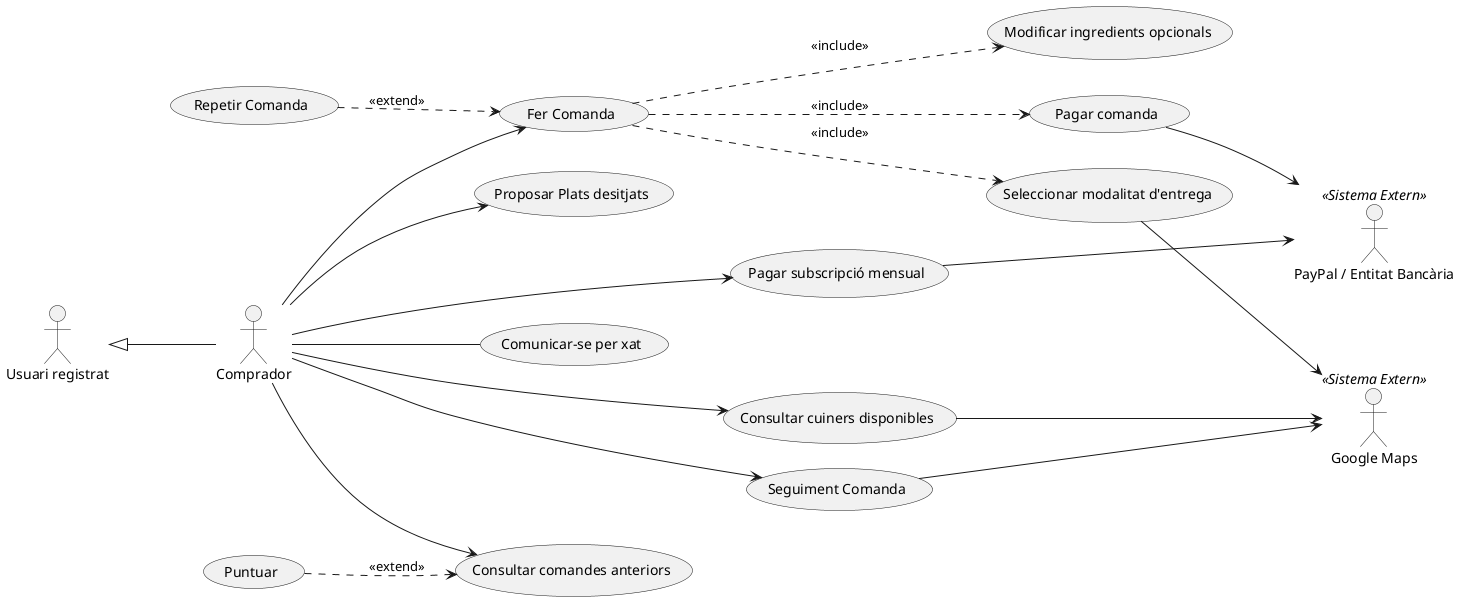
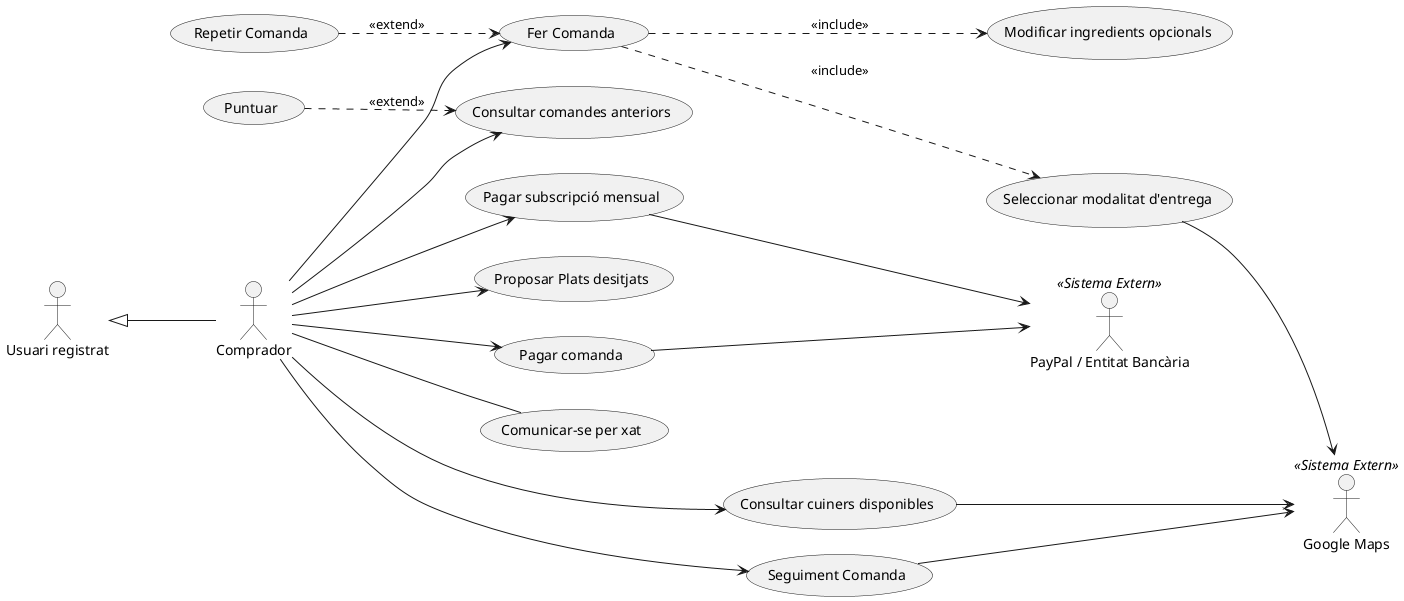
@startuml
left to right direction
skinparam actorStyle stickman

actor "Usuari registrat" as UR
actor "Comprador" as Client
Client -up-|> UR

actor "Google Maps" <<Sistema Extern>> as Gmaps
actor "PayPal / Entitat Bancària" <<Sistema Extern>> as Banc

usecase "Consultar cuiners disponibles" as UC_ConsCuiners
usecase "Fer Comanda" as UC_FerComanda
usecase "Modificar ingredients opcionals" as UC_ModIng
usecase "Seleccionar modalitat d'entrega" as UC_ModEntrega
usecase "Pagar comanda" as UC_PagarCom
usecase "Seguiment Comanda" as UC_Seguiment
usecase "Consultar comandes anteriors" as UC_Historial
usecase "Puntuar" as UC_Puntuar
usecase "Proposar Plats desitjats" as UC_Proposar
usecase "Comunicar-se per xat" as UC_xat
usecase "Repetir Comanda" as UC_repetir
usecase "Pagar subscripció mensual" as UC_Subscripcio

Client --> UC_ConsCuiners
Client --> UC_FerComanda
Client --> UC_Seguiment
Client --> UC_Historial
Client --> UC_Proposar
Client -- UC_xat
Client --> UC_Subscripcio
+ Client --> UC_PagarCom

UC_repetir ..> UC_FerComanda : <<extend>>
UC_FerComanda ..> UC_ModEntrega : <<include>>
- UC_FerComanda ..> UC_PagarCom : <<include>>
UC_FerComanda ..> UC_ModIng : <<include>>

UC_Puntuar ..> UC_Historial : <<extend>>


UC_ConsCuiners --> Gmaps
UC_ModEntrega --> Gmaps
UC_Seguiment --> Gmaps
UC_PagarCom --> Banc
UC_Subscripcio --> Banc
@enduml
